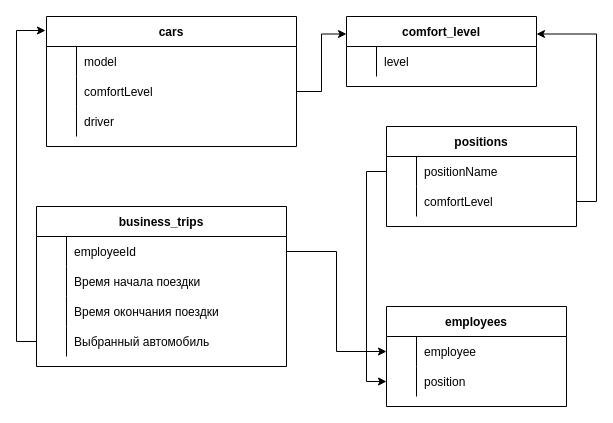
suetnowic/solutions_to_tasks_for_trainees keeps this draw.io diagram as Структура админраздела.drawio. Above is the earlier version. Source tidied: cells renumbered, new cells numbered last; positions are measured from the earlier drawing's top-left corner, leaving out a move shared by most shapes. Both pictures are drawn from the tidied source at 100%, with x=0, y=0 at pixel (36, 16).
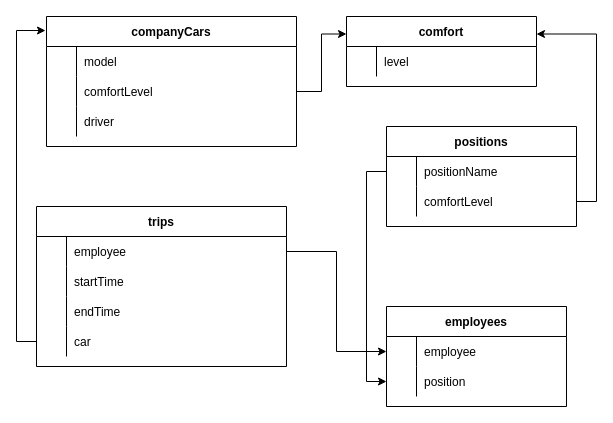
After the change.

The change refers to these unchanged cells:
```xml
<mxCell id="3" style="shape=partialRectangle;fillColor=none;points=[[0,0.5],[1,0.5]];portConstraint=eastwest;top=0;left=0;right=0;bottom=0;" parent="2" vertex="1">
  <mxGeometry y="30" width="250" height="30" as="geometry" />
</mxCell>
<mxCell id="6" style="shape=partialRectangle;fillColor=none;top=0;left=0;right=0;bottom=0;" parent="2" vertex="1">
  <mxGeometry y="60" width="250" height="30" as="geometry" />
</mxCell>
<mxCell id="9" style="shape=partialRectangle;fillColor=none;top=0;left=0;right=0;bottom=0;" parent="2" vertex="1">
  <mxGeometry y="90" width="250" height="30" as="geometry" />
</mxCell>
<mxCell id="12" style="shape=partialRectangle;fillColor=none;points=[[0,0.5],[1,0.5]];portConstraint=eastwest;top=0;left=0;right=0;bottom=0;" parent="2" vertex="1">
  <mxGeometry y="120" width="250" height="30" as="geometry" />
</mxCell>
```

Change to the diagram source:
```diff
@@
-    <mxCell id="2" value="business_trips" style="shape=table;startSize=30;childLayout=tableLayout;rowLines=0;fontStyle=1;align=center;" parent="1" vertex="1">
+    <mxCell id="2" value="trips" style="shape=table;startSize=30;childLayout=tableLayout;rowLines=0;fontStyle=1;align=center;" parent="1" vertex="1">
       <mxGeometry y="190" width="250" height="160" as="geometry" />
     </mxCell>
@@
-    <mxCell id="5" value="employeeId" style="shape=partialRectangle;overflow=hidden;fillColor=none;top=0;left=0;bottom=0;right=0;align=left;spacingLeft=6;" parent="3" vertex="1">
+    <mxCell id="5" value="employee" style="shape=partialRectangle;overflow=hidden;fillColor=none;top=0;left=0;bottom=0;right=0;align=left;spacingLeft=6;" parent="3" vertex="1">
       <mxGeometry x="30" width="220" height="30" as="geometry" />
     </mxCell>
@@
-    <mxCell id="8" value="Время начала поездки" style="shape=partialRectangle;overflow=hidden;fillColor=none;top=0;left=0;bottom=0;right=0;align=left;spacingLeft=6;" parent="6" vertex="1">
+    <mxCell id="8" value="startTime" style="shape=partialRectangle;overflow=hidden;fillColor=none;top=0;left=0;bottom=0;right=0;align=left;spacingLeft=6;" parent="6" vertex="1">
       <mxGeometry x="30" width="220" height="30" as="geometry" />
     </mxCell>
@@
-    <mxCell id="11" value="Время окончания поездки" style="shape=partialRectangle;overflow=hidden;fillColor=none;top=0;left=0;bottom=0;right=0;align=left;spacingLeft=6;" parent="9" vertex="1">
+    <mxCell id="11" value="endTime" style="shape=partialRectangle;overflow=hidden;fillColor=none;top=0;left=0;bottom=0;right=0;align=left;spacingLeft=6;" parent="9" vertex="1">
       <mxGeometry x="30" width="220" height="30" as="geometry" />
     </mxCell>
@@
-    <mxCell id="14" value="Выбранный автомобиль" style="shape=partialRectangle;overflow=hidden;fillColor=none;top=0;left=0;bottom=0;right=0;align=left;spacingLeft=6;" parent="12" vertex="1">
+    <mxCell id="14" value="car" style="shape=partialRectangle;overflow=hidden;fillColor=none;top=0;left=0;bottom=0;right=0;align=left;spacingLeft=6;" parent="12" vertex="1">
       <mxGeometry x="30" width="220" height="30" as="geometry" />
     </mxCell>
@@
-    <mxCell id="22" value="cars" style="shape=table;startSize=30;childLayout=tableLayout;rowLines=0;fontStyle=1;align=center;" parent="1" vertex="1">
+    <mxCell id="22" value="companyCars" style="shape=table;startSize=30;childLayout=tableLayout;rowLines=0;fontStyle=1;align=center;" parent="1" vertex="1">
       <mxGeometry x="10" width="250" height="130" as="geometry" />
     </mxCell>
@@
-    <mxCell id="32" value="comfort_level" style="shape=table;startSize=30;childLayout=tableLayout;rowLines=0;fontStyle=1;align=center;" parent="1" vertex="1">
+    <mxCell id="32" value="comfort" style="shape=table;startSize=30;childLayout=tableLayout;rowLines=0;fontStyle=1;align=center;" parent="1" vertex="1">
       <mxGeometry x="310" width="190" height="70" as="geometry" />
     </mxCell>
```
